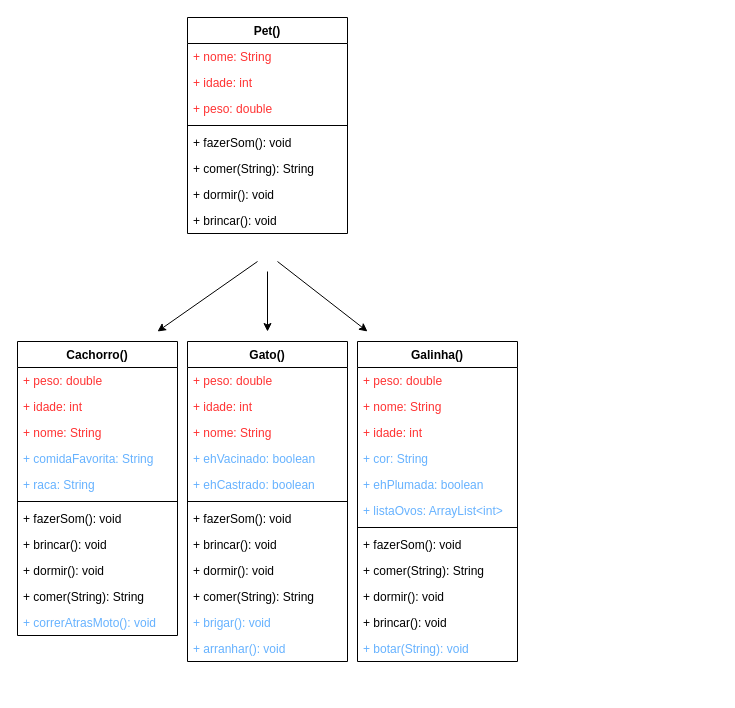
This is Diagrama sem nome.drawio from Paul0Ant0ni0/estudos-java, a draw.io file, before an edit. Source tidied: cells renumbered, new cells numbered last; positions are measured from the earlier drawing's top-left corner, leaving out a move shared by most shapes. Both pictures are drawn from the tidied source at 100%, with x=0, y=0 at pixel (17, 17).
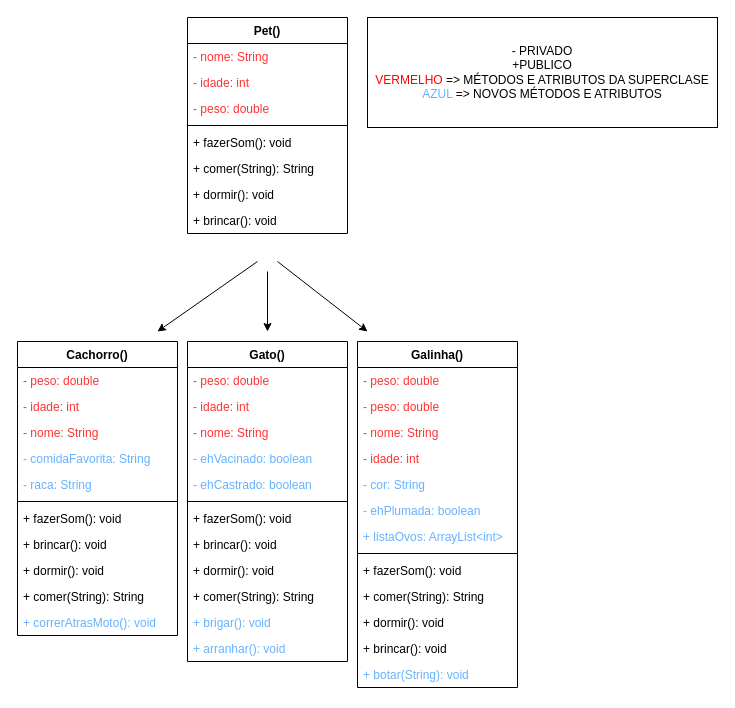
Above is the later version.

Commit message:
Diagramas POO- Herança.drawio

Unchanged cells that the change refers to:
```xml
<mxCell id="2" value="Pet()" style="swimlane;fontStyle=1;align=center;verticalAlign=top;horizontal=1;startSize=26;" parent="1" vertex="1">
  <mxGeometry x="170" width="160" height="216" as="geometry" />
</mxCell>
<mxCell id="11" value="Cachorro()" style="swimlane;fontStyle=1;align=center;verticalAlign=top;horizontal=1;startSize=26;" parent="1" vertex="1">
  <mxGeometry y="324" width="160" height="294" as="geometry" />
</mxCell>
<mxCell id="23" value="Gato()" style="swimlane;fontStyle=1;align=center;verticalAlign=top;horizontal=1;startSize=26;" parent="1" vertex="1">
  <mxGeometry x="170" y="324" width="160" height="320" as="geometry" />
</mxCell>
```

What changed in the source:
```diff
@@
-    <mxCell id="3" value="+ nome: String" style="text;strokeColor=none;fillColor=none;align=left;verticalAlign=top;spacingLeft=4;spacingRight=4;overflow=hidden;fontColor=#FF3333;" parent="2" vertex="1">
+    <mxCell id="3" value="- nome: String" style="text;strokeColor=none;fillColor=none;align=left;verticalAlign=top;spacingLeft=4;spacingRight=4;overflow=hidden;fontColor=#FF3333;" parent="2" vertex="1">
       <mxGeometry y="26" width="160" height="26" as="geometry" />
     </mxCell>
-    <mxCell id="4" value="+ idade: int" style="text;strokeColor=none;fillColor=none;align=left;verticalAlign=top;spacingLeft=4;spacingRight=4;overflow=hidden;fontColor=#FF3333;" parent="2" vertex="1">
+    <mxCell id="4" value="- idade: int" style="text;strokeColor=none;fillColor=none;align=left;verticalAlign=top;spacingLeft=4;spacingRight=4;overflow=hidden;fontColor=#FF3333;" parent="2" vertex="1">
       <mxGeometry y="52" width="160" height="26" as="geometry" />
     </mxCell>
-    <mxCell id="5" value="+ peso: double" style="text;strokeColor=none;fillColor=none;align=left;verticalAlign=top;spacingLeft=4;spacingRight=4;overflow=hidden;fontColor=#FF3333;" parent="2" vertex="1">
+    <mxCell id="5" value="- peso: double" style="text;strokeColor=none;fillColor=none;align=left;verticalAlign=top;spacingLeft=4;spacingRight=4;overflow=hidden;fontColor=#FF3333;" parent="2" vertex="1">
       <mxGeometry y="78" width="160" height="26" as="geometry" />
     </mxCell>
@@
-    <mxCell id="12" value="+ peso: double" style="text;strokeColor=none;fillColor=none;align=left;verticalAlign=top;spacingLeft=4;spacingRight=4;overflow=hidden;fontColor=#FF3333;" parent="11" vertex="1">
+    <mxCell id="12" value="- peso: double" style="text;strokeColor=none;fillColor=none;align=left;verticalAlign=top;spacingLeft=4;spacingRight=4;overflow=hidden;fontColor=#FF3333;" parent="11" vertex="1">
       <mxGeometry y="26" width="160" height="26" as="geometry" />
     </mxCell>
-    <mxCell id="13" value="+ idade: int" style="text;strokeColor=none;fillColor=none;align=left;verticalAlign=top;spacingLeft=4;spacingRight=4;overflow=hidden;fontColor=#FF3333;" parent="11" vertex="1">
+    <mxCell id="13" value="- idade: int" style="text;strokeColor=none;fillColor=none;align=left;verticalAlign=top;spacingLeft=4;spacingRight=4;overflow=hidden;fontColor=#FF3333;" parent="11" vertex="1">
       <mxGeometry y="52" width="160" height="26" as="geometry" />
     </mxCell>
-    <mxCell id="14" value="+ nome: String" style="text;strokeColor=none;fillColor=none;align=left;verticalAlign=top;spacingLeft=4;spacingRight=4;overflow=hidden;fontColor=#FF3333;" parent="11" vertex="1">
+    <mxCell id="14" value="- nome: String" style="text;strokeColor=none;fillColor=none;align=left;verticalAlign=top;spacingLeft=4;spacingRight=4;overflow=hidden;fontColor=#FF3333;" parent="11" vertex="1">
       <mxGeometry y="78" width="160" height="26" as="geometry" />
     </mxCell>
-    <mxCell id="15" value="+ comidaFavorita: String" style="text;strokeColor=none;fillColor=none;align=left;verticalAlign=top;spacingLeft=4;spacingRight=4;overflow=hidden;fontColor=#66B2FF;" parent="11" vertex="1">
+    <mxCell id="15" value="- comidaFavorita: String" style="text;strokeColor=none;fillColor=none;align=left;verticalAlign=top;spacingLeft=4;spacingRight=4;overflow=hidden;fontColor=#66B2FF;" parent="11" vertex="1">
       <mxGeometry y="104" width="160" height="26" as="geometry" />
     </mxCell>
-    <mxCell id="16" value="+ raca: String" style="text;strokeColor=none;fillColor=none;align=left;verticalAlign=top;spacingLeft=4;spacingRight=4;overflow=hidden;fontColor=#66B2FF;" parent="11" vertex="1">
+    <mxCell id="16" value="- raca: String" style="text;strokeColor=none;fillColor=none;align=left;verticalAlign=top;spacingLeft=4;spacingRight=4;overflow=hidden;fontColor=#66B2FF;" parent="11" vertex="1">
       <mxGeometry y="130" width="160" height="26" as="geometry" />
     </mxCell>
@@
-    <mxCell id="24" value="+ peso: double" style="text;strokeColor=none;fillColor=none;align=left;verticalAlign=top;spacingLeft=4;spacingRight=4;overflow=hidden;fontColor=#FF3333;" parent="23" vertex="1">
+    <mxCell id="24" value="- peso: double" style="text;strokeColor=none;fillColor=none;align=left;verticalAlign=top;spacingLeft=4;spacingRight=4;overflow=hidden;fontColor=#FF3333;" parent="23" vertex="1">
       <mxGeometry y="26" width="160" height="26" as="geometry" />
     </mxCell>
-    <mxCell id="25" value="+ idade: int" style="text;strokeColor=none;fillColor=none;align=left;verticalAlign=top;spacingLeft=4;spacingRight=4;overflow=hidden;fontColor=#FF3333;" parent="23" vertex="1">
+    <mxCell id="25" value="- idade: int" style="text;strokeColor=none;fillColor=none;align=left;verticalAlign=top;spacingLeft=4;spacingRight=4;overflow=hidden;fontColor=#FF3333;" parent="23" vertex="1">
       <mxGeometry y="52" width="160" height="26" as="geometry" />
     </mxCell>
-    <mxCell id="26" value="+ nome: String" style="text;strokeColor=none;fillColor=none;align=left;verticalAlign=top;spacingLeft=4;spacingRight=4;overflow=hidden;fontColor=#FF3333;" parent="23" vertex="1">
+    <mxCell id="26" value="- nome: String" style="text;strokeColor=none;fillColor=none;align=left;verticalAlign=top;spacingLeft=4;spacingRight=4;overflow=hidden;fontColor=#FF3333;" parent="23" vertex="1">
       <mxGeometry y="78" width="160" height="26" as="geometry" />
     </mxCell>
-    <mxCell id="27" value="+ ehVacinado: boolean" style="text;strokeColor=none;fillColor=none;align=left;verticalAlign=top;spacingLeft=4;spacingRight=4;overflow=hidden;fontColor=#66B2FF;" parent="23" vertex="1">
+    <mxCell id="27" value="- ehVacinado: boolean" style="text;strokeColor=none;fillColor=none;align=left;verticalAlign=top;spacingLeft=4;spacingRight=4;overflow=hidden;fontColor=#66B2FF;" parent="23" vertex="1">
       <mxGeometry y="104" width="160" height="26" as="geometry" />
     </mxCell>
-    <mxCell id="28" value="+ ehCastrado: boolean" style="text;strokeColor=none;fillColor=none;align=left;verticalAlign=top;spacingLeft=4;spacingRight=4;overflow=hidden;fontColor=#66B2FF;" parent="23" vertex="1">
+    <mxCell id="28" value="- ehCastrado: boolean" style="text;strokeColor=none;fillColor=none;align=left;verticalAlign=top;spacingLeft=4;spacingRight=4;overflow=hidden;fontColor=#66B2FF;" parent="23" vertex="1">
       <mxGeometry y="130" width="160" height="26" as="geometry" />
     </mxCell>
@@
     <mxCell id="36" value="Galinha()" style="swimlane;fontStyle=1;align=center;verticalAlign=top;horizontal=1;startSize=26;" parent="1" vertex="1">
-      <mxGeometry x="340" y="324" width="160" height="320" as="geometry" />
+      <mxGeometry x="340" y="324" width="160" height="346" as="geometry" />
     </mxCell>
-    <mxCell id="37" value="+ peso: double" style="text;strokeColor=none;fillColor=none;align=left;verticalAlign=top;spacingLeft=4;spacingRight=4;overflow=hidden;fontColor=#FF3333;" parent="36" vertex="1">
+    <mxCell id="37" value="- peso: double" style="text;strokeColor=none;fillColor=none;align=left;verticalAlign=top;spacingLeft=4;spacingRight=4;overflow=hidden;fontColor=#FF3333;" parent="36" vertex="1">
       <mxGeometry y="26" width="160" height="26" as="geometry" />
     </mxCell>
+    <mxCell id="52" value="- peso: double" style="text;strokeColor=none;fillColor=none;align=left;verticalAlign=top;spacingLeft=4;spacingRight=4;overflow=hidden;fontColor=#FF3333;" parent="36" vertex="1">
+      <mxGeometry y="52" width="160" height="26" as="geometry" />
+    </mxCell>
-    <mxCell id="38" value="+ nome: String" style="text;strokeColor=none;fillColor=none;align=left;verticalAlign=top;spacingLeft=4;spacingRight=4;overflow=hidden;fontColor=#FF3333;" parent="36" vertex="1">
-      <mxGeometry y="52" width="160" height="26" as="geometry" />
+    <mxCell id="38" value="- nome: String" style="text;strokeColor=none;fillColor=none;align=left;verticalAlign=top;spacingLeft=4;spacingRight=4;overflow=hidden;fontColor=#FF3333;" parent="36" vertex="1">
+      <mxGeometry y="78" width="160" height="26" as="geometry" />
     </mxCell>
-    <mxCell id="39" value="+ idade: int" style="text;strokeColor=none;fillColor=none;align=left;verticalAlign=top;spacingLeft=4;spacingRight=4;overflow=hidden;fontColor=#FF3333;" parent="36" vertex="1">
-      <mxGeometry y="78" width="160" height="26" as="geometry" />
+    <mxCell id="39" value="- idade: int" style="text;strokeColor=none;fillColor=none;align=left;verticalAlign=top;spacingLeft=4;spacingRight=4;overflow=hidden;fontColor=#FF3333;" parent="36" vertex="1">
+      <mxGeometry y="104" width="160" height="26" as="geometry" />
     </mxCell>
-    <mxCell id="40" value="+ cor: String" style="text;strokeColor=none;fillColor=none;align=left;verticalAlign=top;spacingLeft=4;spacingRight=4;overflow=hidden;fontColor=#66B2FF;" parent="36" vertex="1">
-      <mxGeometry y="104" width="160" height="26" as="geometry" />
+    <mxCell id="40" value="- cor: String" style="text;strokeColor=none;fillColor=none;align=left;verticalAlign=top;spacingLeft=4;spacingRight=4;overflow=hidden;fontColor=#66B2FF;" parent="36" vertex="1">
+      <mxGeometry y="130" width="160" height="26" as="geometry" />
     </mxCell>
-    <mxCell id="41" value="+ ehPlumada: boolean" style="text;strokeColor=none;fillColor=none;align=left;verticalAlign=top;spacingLeft=4;spacingRight=4;overflow=hidden;fontColor=#66B2FF;" parent="36" vertex="1">
-      <mxGeometry y="130" width="160" height="26" as="geometry" />
+    <mxCell id="41" value="- ehPlumada: boolean" style="text;strokeColor=none;fillColor=none;align=left;verticalAlign=top;spacingLeft=4;spacingRight=4;overflow=hidden;fontColor=#66B2FF;" parent="36" vertex="1">
+      <mxGeometry y="156" width="160" height="26" as="geometry" />
     </mxCell>
     <mxCell id="42" value="+ listaOvos: ArrayList&lt;int&gt;" style="text;strokeColor=none;fillColor=none;align=left;verticalAlign=top;spacingLeft=4;spacingRight=4;overflow=hidden;fontColor=#66B2FF;" parent="36" vertex="1">
-      <mxGeometry y="156" width="160" height="26" as="geometry" />
+      <mxGeometry y="182" width="160" height="26" as="geometry" />
     </mxCell>
     <mxCell id="43" style="line;strokeWidth=1;fillColor=none;align=left;verticalAlign=middle;spacingTop=-1;spacingLeft=3;spacingRight=3;labelPosition=right;strokeColor=inherit;" parent="36" vertex="1">
-      <mxGeometry y="182" width="160" height="8" as="geometry" />
+      <mxGeometry y="208" width="160" height="8" as="geometry" />
     </mxCell>
     <mxCell id="44" value="+ fazerSom(): void" style="text;strokeColor=none;fillColor=none;align=left;verticalAlign=top;spacingLeft=4;spacingRight=4;overflow=hidden;" parent="36" vertex="1">
-      <mxGeometry y="190" width="160" height="26" as="geometry" />
+      <mxGeometry y="216" width="160" height="26" as="geometry" />
     </mxCell>
     <mxCell id="45" value="+ comer(String): String" style="text;strokeColor=none;fillColor=none;align=left;verticalAlign=top;spacingLeft=4;spacingRight=4;overflow=hidden;" parent="36" vertex="1">
-      <mxGeometry y="216" width="160" height="26" as="geometry" />
+      <mxGeometry y="242" width="160" height="26" as="geometry" />
     </mxCell>
     <mxCell id="46" value="+ dormir(): void" style="text;strokeColor=none;fillColor=none;align=left;verticalAlign=top;spacingLeft=4;spacingRight=4;overflow=hidden;" parent="36" vertex="1">
-      <mxGeometry y="242" width="160" height="26" as="geometry" />
+      <mxGeometry y="268" width="160" height="26" as="geometry" />
     </mxCell>
     <mxCell id="47" value="+ brincar(): void" style="text;strokeColor=none;fillColor=none;align=left;verticalAlign=top;spacingLeft=4;spacingRight=4;overflow=hidden;" parent="36" vertex="1">
-      <mxGeometry y="268" width="160" height="26" as="geometry" />
+      <mxGeometry y="294" width="160" height="26" as="geometry" />
     </mxCell>
     <mxCell id="48" value="+ botar(String): void" style="text;strokeColor=none;fillColor=none;align=left;verticalAlign=top;spacingLeft=4;spacingRight=4;overflow=hidden;fontColor=#66B2FF;" parent="36" vertex="1">
-      <mxGeometry y="294" width="160" height="26" as="geometry" />
+      <mxGeometry y="320" width="160" height="26" as="geometry" />
     </mxCell>
@@
+    <mxCell id="53" value="- PRIVADO&lt;br&gt;+PUBLICO&lt;br&gt;&lt;font color=&quot;#ff0000&quot;&gt;VERMELHO &lt;/font&gt;=&amp;gt; MÉTODOS E ATRIBUTOS DA SUPERCLASE&lt;br&gt;&lt;font color=&quot;#66b2ff&quot;&gt;AZUL &lt;/font&gt;=&amp;gt; NOVOS MÉTODOS E ATRIBUTOS" style="rounded=0;whiteSpace=wrap;html=1;" parent="1" vertex="1">
+      <mxGeometry x="350" width="350" height="110" as="geometry" />
+    </mxCell>
```
